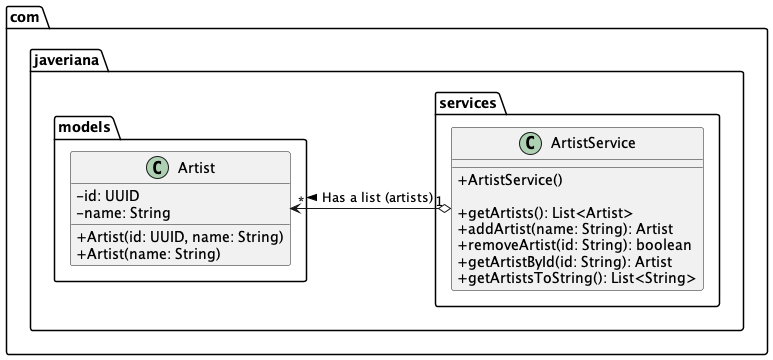
Earlier version of the PlantUML export assets/workshop7-diagram-artistService-spotify.png (clase-programacion-avanzada/JAVA-Workshop-7).
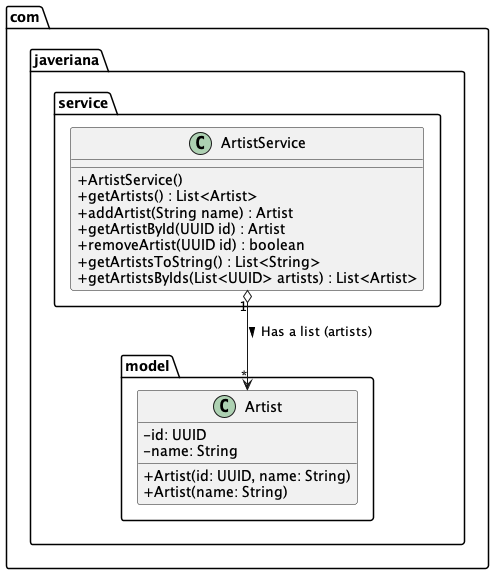
The same diagram one commit later.

Change to the diagram source:
```diff
@@ -1,6 +1,6 @@
 @startuml
 skinparam classAttributeIconSize 0
-class com.javeriana.models.Artist $Artist {
+class com.javeriana.model.Artist $Artist {
     - id: UUID
     - name: String
 
@@ -8,7 +8,7 @@
     + Artist(name: String)
 }
 
-class com.javeriana.models.Customer $Customer {
+class com.javeriana.model.Customer $Customer {
     - id: UUID
     - username: String
     - password: String
@@ -18,87 +18,136 @@
 
     + Customer(username: String, password: String, name: String, lastName: String, age: int)
     + Customer(UUID: id, username: String, password: String, name: String, lastName: String, age: int, List<Artist> followedArtists, List<playList> playLists)
+
+
+    + getId() : UUID
+    + getUsername() : String
+    + setUsername(String username)
+    + getPassword() : String
+    + setPassword(String password)
+    + getName() : String
+    + setName(String name)
+    + getLastName() : String
+    + setLastName(String lastName)
+    + getAge() : int
+    + setAge(int age)
+    + addArtist(Artist artist) : boolean
+    + removePlaylist(UUID id) : boolean
+    + removeArtist(UUID artistId)
+    + removeSongFromPlayLists(UUID songId)
+    + toString() : String
+    - getPlaylistById(UUID id) : Playlist
+    - getArtistById(UUID id) : Artist
 }
 
-class com.javeriana.models.playList $PlayList {
+class com.javeriana.model.Playlist $Playlist {
     - id: UUID
     - name: String
 
     + playList(name: String)
     + playList(UUID: id, name: String, List<Song> songs)
+
+
+    + getId() : UUID
+    + getName() : String
+    + setName(String name)
+    + getSongs() : List<Song>
+    + removeSong(UUID songId)
+    + removeSongsOfArtist(UUID artistId)
+    + toString() : String
+    - getSongById(UUID songId) : Song
 }
 
-class com.javeriana.models.Song $Song {
+class com.javeriana.model.Song $Song {
     - id: UUID
     - name: String
     - genre: String
     - durationInSeconds: int
     - album: String
 
-    + Song(name: String, genre: String, durationInSeconds: int, album: String)
-    + Song(UUID: id, name: String, genre: String, durationInSeconds: int, album: String, List<Artist> artists)
+    + Song(String name, String genre, int durationInSeconds, String album, List<Artist> artists)
+    + Song(UUID id, String name, String genre, int durationInSeconds, String album, List<Artist> artists)
+    + getId() : UUID
+    + getName() : String
+    + setName(String name)
+    + getGenre() : String
+    + setGenre(String genre)
+    + getDurationInSeconds() : int
+    + setDurationInSeconds(int durationInSeconds)
+    + getAlbum() : String
+    + setAlbum(String album)
+    + getArtists() : List<Artist>
+    + hasArtist(UUID artistId) : boolean
+    + toString() : String
 }
 
-class com.javeriana.services.ArtistService $ArtistService {
+class com.javeriana.service.ArtistService $ArtistService {
 
     + ArtistService()
 
-    + getArtists(): List<Artist>
-    + addArtist(name: String): Artist
-    + removeArtist(id: String): boolean
-    + getArtistById(id: String): Artist
-    + getArtistsToString(): List<String>
+
+    + getArtists() : List<Artist>
+    + addArtist(String name) : Artist
+    + getArtistById(UUID id) : Artist
+    + removeArtist(UUID id) : boolean
+    + getArtistsToString() : List<String>
+    + getArtistsByIds(List<UUID> artists) : List<Artist>
 }
 
-class com.javeriana.services.CustomerAdminService $CustomerAdminService {
+class com.javeriana.service.CustomerAdminService $CustomerAdminService {
 
     + CustomerAdminService()
 
-    + getCustomers(): List<Customer>
-    + addCustomer(username: String, password: String, name: String, lastName: String, age: int): Customer
-    + removeCustomer(id: String): boolean
-    + getCustomerById(id: String): Customer
-    + getCustomersToString(): List<String>
+
+    + getCustomers() : List<Customer>
+    + addCustomer(String username, String password, String name, String lastName, int age)
+    + removeCustomer(UUID id) : boolean
+    + getCustomerById(UUID id) : Customer
+    + getCustomersToString() : List<String>
+    + removePlaylistFromCustomers(UUID playlistId)
+    + removeArtistFromCustomers(UUID artistId)
 }
 
-class com.javeriana.services.SongService $SongService {
+class com.javeriana.service.SongService $SongService {
 
     + SongService()
 
-    + getSongs(): List<Song>
-    + addSong(name: String, genre: String, durationInSeconds: int, album: String, List<Artist>): Song
-    + removeSong(id: String): boolean
-    + getSongById(id: String): Song
-    + getSongsToString(): List<String>
+
+    + getSongs() : List<Song>
+    + addSong(String name, String genre, int durationInSeconds, String album, List<Artist> artists)
+    + removeSong(UUID songId) : boolean
+    + getSongById(UUID songId) : Song
+    + removeSongsOfArtist(UUID artistId)
+    + getSongsToString() : List<String>
 }
 
-class com.javeriana.services.PlayListService $PlayListService {
+class com.javeriana.service.PlaylistService $PlaylistService {
 
-    + PlayListService()
-
-    + getPlayLists(): List<playList>
-    + addPlayList(name: String): playList
-    + removePlayList(id: String): boolean
-    + getPlayListById(id: String): playList
-    + getPlayListsToString(): List<String>
+    + PlaylistService()
+    + getPlaylists() : List<Playlist>
+    + addPlaylist(String name)
+    + removePlaylist(UUID id) : boolean
+    + getPlaylistById(UUID id) : Playlist
+    + removeSongsOfArtist(UUID artistId)
+    + getPlaylistsToString() : List<String>
+    + removeSongFromPlaylists(UUID uuid)
 }
 
-class com.javeriana.controllers.AdminController $AdminController {
+class com.javeriana.controller.AdminController $AdminController {
 
-    + AdminController(artistService: ArtistService, customerAdminService: CustomerAdminService, songService: SongService, playListService: PlayListService)
-
-    + addArtist(name: String): void
-    + removeArtist(id: String): void
-    + addCustomer(username: String, password: String, name: String, lastName: String, age: int): void
-    + removeCustomer(id: String): void
-    + addSong(name: String, genre: String, durationInSeconds: int, album: String, List<Artist>): void
-    + removeSong(id: String): void
-    + addPlayList(name: String): void
-    + removePlayList(id: String): void
-    + getCustomersToString(): List<String>
-    + getSongsToString(): List<String>
-    + getArtistsToString(): List<String>
-    + getPlayListsToString(): List<String>
+     + AdminController(ArtistService artistService, CustomerAdminService customerAdminService, SongService songService, PlaylistService playlistService)
+     + addArtist(String name)
+     + removeArtist(String id)
+     + addCustomer(String username, String password, String name, String lastName, int age)
+     + removeCustomer(String id)
+     + addSong(String name, String genre, int durationInSeconds, String album, List<String> artistIds)
+     + removeSong(String id)
+     + addPlaylist(String name)
+     + removePlaylist(String id)
+     + getArtistsToString() : List<String>
+     + getCustomersToString() : List<String>
+     + getSongsToString() : List<String>
+     + getPlaylistsToString() : List<String>
 
 }
 
@@ -106,21 +155,20 @@
 
     - scanner : Scanner
 
-    + AdminView(adminController: AdminController)
-
-    + showMenu(): void
-    + addArtist(): void
-    + removeArtist(): void
-    + addCustomer(): void
-    + removeCustomer(): void
-    + addSong(): void
-    + removeSong(): void
-    + addPlayList(): void
-    + removePlayList(): void
-    + showCustomers(): void
-    + showSongs(): void
-    + showArtists(): void
-    + showPlayLists(): void
+    + AdminView(AdminController adminController, Scanner scanner)
+    + showMenu()
+    - showPlaylists()
+    - showArtists()
+    - showCustomers()
+    - showSongs()
+    - removePlaylist()
+    - addPlaylist()
+    - addCustomer()
+    - removeCustomer()
+    - removeSong()
+    - addSong()
+    - removeArtist()
+    - addArtist()
 }
 
 class Main $Main {
@@ -131,22 +179,22 @@
 
 }
 
-com.javeriana.models.Customer "1" o-> "0..*" com.javeriana.models.playList : Has a list (playLists) >
-com.javeriana.models.Customer "1" o--> "0..*" com.javeriana.models.Artist : Has a list (followedArtists) >
-com.javeriana.models.playList "1" o--> "0..*" com.javeriana.models.Song : Has a list (songs) >
-com.javeriana.models.Song "1" *-> "1..*" com.javeriana.models.Artist : Has a list (artists) >
+com.javeriana.model.Customer "1" o-> "0..*" com.javeriana.model.Playlist : Has a list (playlists) >
+com.javeriana.model.Customer "1" o--> "0..*" com.javeriana.model.Artist : Has a list (followedArtists) >
+com.javeriana.model.Playlist "1" o--> "0..*" com.javeriana.model.Song : Has a list (songs) >
+com.javeriana.model.Song "1" *-> "1..*" com.javeriana.model.Artist : Has a list (artists) >
 
-com.javeriana.services.ArtistService "1" o-> "*" com.javeriana.models.Artist : Has a list (artists) >
-com.javeriana.services.CustomerAdminService "1" o--> "*" com.javeriana.models.Customer : Has a list (customers) >
-com.javeriana.services.SongService "1" o--> "*" com.javeriana.models.Song : Has a list (songs) >
-com.javeriana.services.PlayListService "1" o--> "*" com.javeriana.models.playList : Has a list (playLists) >
+com.javeriana.service.ArtistService "1" o--> "*" com.javeriana.model.Artist : Has a list (artists) >
+com.javeriana.service.CustomerAdminService "1" o--> "*" com.javeriana.model.Customer : Has a list (customers) >
+com.javeriana.service.SongService "1" o-> "*" com.javeriana.model.Song : Has a list (songs) >
+com.javeriana.service.PlaylistService "1" o-> "*" com.javeriana.model.Playlist : Has a list (playLists) >
 
-com.javeriana.controllers.AdminController "1" *--> "1" com.javeriana.services.ArtistService : Uses >
-com.javeriana.controllers.AdminController "1" *--> "1" com.javeriana.services.CustomerAdminService : Uses >
-com.javeriana.controllers.AdminController "1" *--> "1" com.javeriana.services.SongService : Uses >
-com.javeriana.controllers.AdminController "1" *--> "1" com.javeriana.services.PlayListService : Uses >
+com.javeriana.controller.AdminController "1" *--> "1" com.javeriana.service.ArtistService : Uses >
+com.javeriana.controller.AdminController "1" *--> "1" com.javeriana.service.CustomerAdminService : Uses >
+com.javeriana.controller.AdminController "1" *--> "1" com.javeriana.service.SongService : Uses >
+com.javeriana.controller.AdminController "1" *--> "1" com.javeriana.service.PlaylistService : Uses >
 
-com.javeriana.views.AdminView "1" *--> "1" com.javeriana.controllers.AdminController : Uses >
+com.javeriana.views.AdminView "1" *--> "1" com.javeriana.controller.AdminController : Uses >
 
 Main -down-> AdminView : Creates >
 
@@ -159,10 +207,16 @@
 
 remove $CustomerAdminService
 remove $SongService
-remove $PlayListService
+remove $PlaylistService
 
 remove $Customer
 remove $Song
-remove $PlayList
+remove $Playlist
+
+
+
+
+
+
 
 @enduml
```
